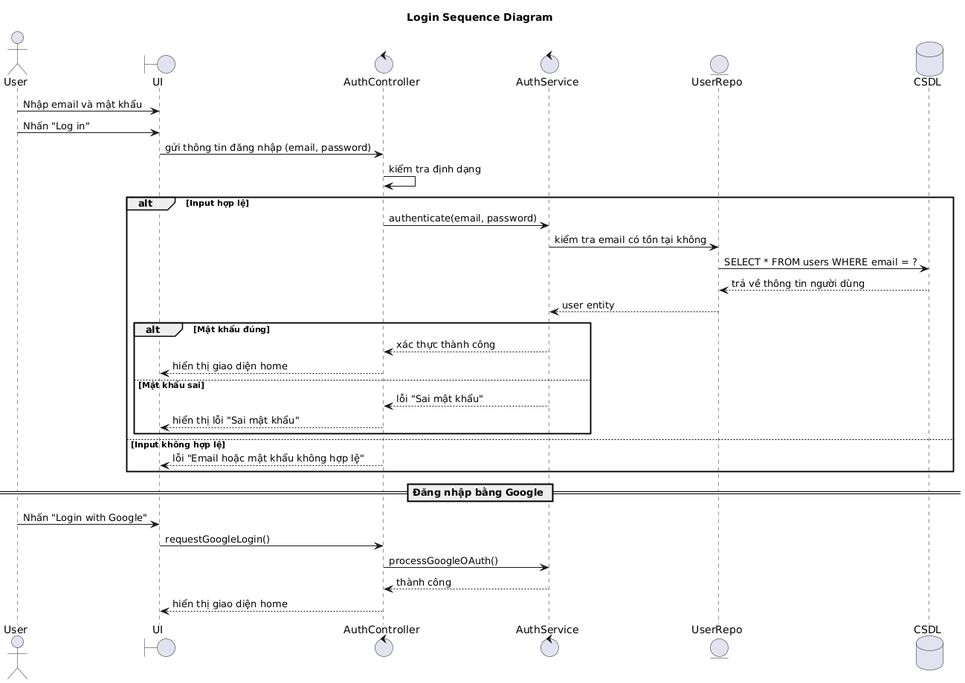
Before: figures/sequence-login.png, a diagram exported from PlantUML (Huy1902/Mobile-report).
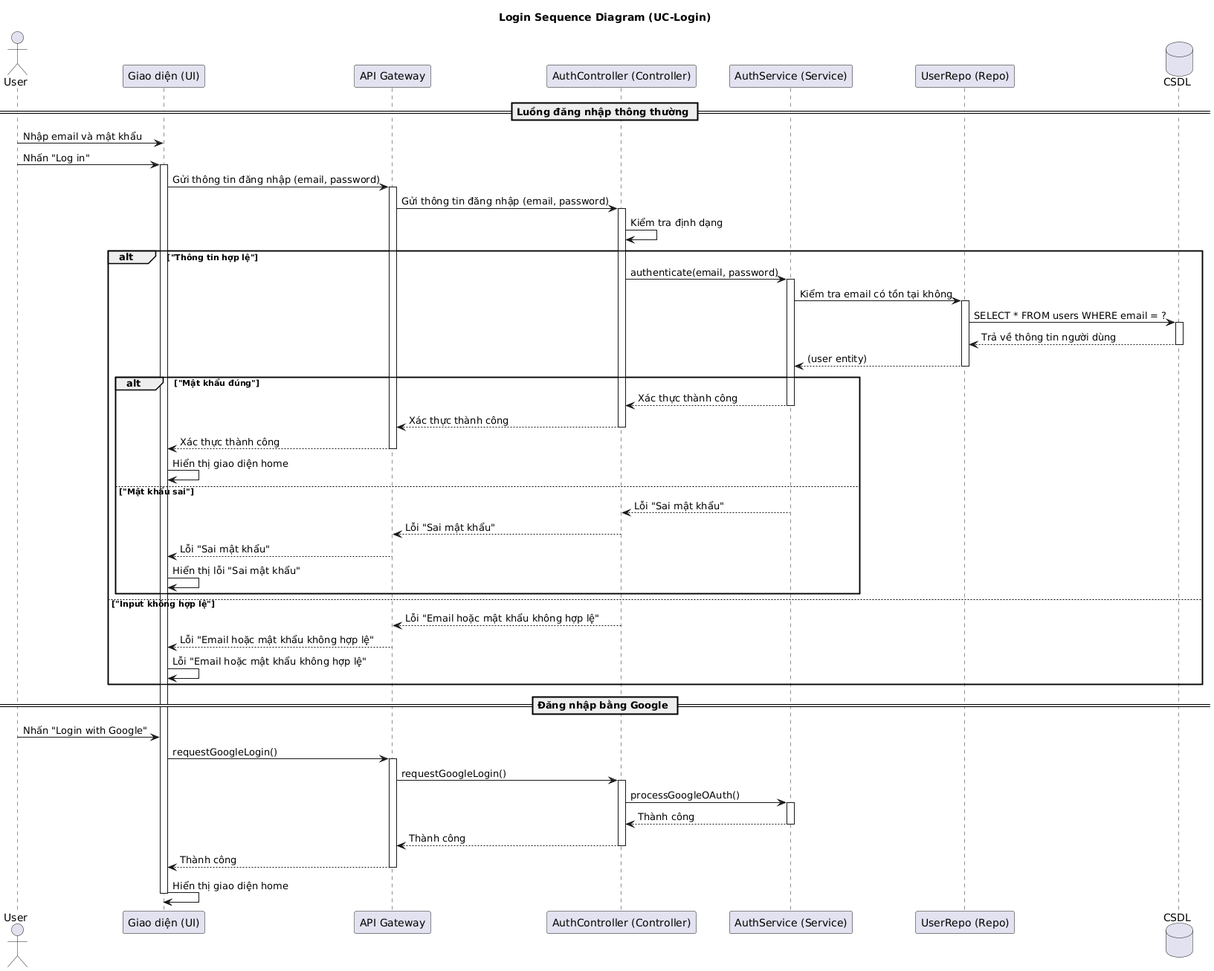
After the commit.

Commit message:
dinhtran: update sequence

What changed in the source:
```diff
@@ -1,41 +1,99 @@
 @startuml
-title Login Sequence Diagram
+title Login Sequence Diagram (UC-Login)
 
 actor User
-boundary UI
-control AuthController
-control AuthService
-entity UserRepo
-database CSDL
+participant "Giao diện (UI)" as UI
+participant "API Gateway" as APIGW
+participant "AuthController (Controller)" as Controller
+participant "AuthService (Service)" as Service
+participant "UserRepo (Repo)" as Repo
+database "CSDL" as DB
 
-User -> UI : Nhập email và mật khẩu
-User -> UI : Nhấn "Log in"
-UI -> AuthController : gửi thông tin đăng nhập (email, password)
-AuthController -> AuthController : kiểm tra định dạng
+== Luồng đăng nhập thông thường ==
+User -> UI: Nhập email và mật khẩu
+User -> UI: Nhấn "Log in"
+activate UI
 
-alt Input hợp lệ
-    AuthController -> AuthService : authenticate(email, password)
-    AuthService -> UserRepo : kiểm tra email có tồn tại không
-    UserRepo -> CSDL : SELECT * FROM users WHERE email = ?
-    CSDL --> UserRepo : trả về thông tin người dùng
-    UserRepo --> AuthService : user entity
+UI -> APIGW: Gửi thông tin đăng nhập (email, password)
+activate APIGW
 
-    alt Mật khẩu đúng
-        AuthService --> AuthController : xác thực thành công
-        AuthController --> UI : hiển thị giao diện home
-    else Mật khẩu sai
-        AuthService --> AuthController : lỗi "Sai mật khẩu"
-        AuthController --> UI : hiển thị lỗi "Sai mật khẩu"
+APIGW -> Controller: Gửi thông tin đăng nhập (email, password)
+activate Controller
+
+Controller -> Controller: Kiểm tra định dạng
+
+alt "Thông tin hợp lệ"
+    Controller -> Service: authenticate(email, password)
+    activate Service
+
+    Service -> Repo: Kiểm tra email có tồn tại không
+    activate Repo
+
+    Repo -> DB: SELECT * FROM users WHERE email = ?
+    activate DB
+    DB --> Repo: Trả về thông tin người dùng
+    deactivate DB
+
+    Repo --> Service: (user entity)
+    deactivate Repo
+
+    alt "Mật khẩu đúng"
+        Service --> Controller: Xác thực thành công
+        deactivate Service
+
+        Controller --> APIGW: Xác thực thành công
+        deactivate Controller
+
+        APIGW --> UI: Xác thực thành công
+        deactivate APIGW
+
+        UI -> UI: Hiển thị giao diện home
+
+    else "Mật khẩu sai"
+        Service --> Controller: Lỗi "Sai mật khẩu"
+        deactivate Service
+
+        Controller --> APIGW: Lỗi "Sai mật khẩu"
+        deactivate Controller
+
+        APIGW --> UI: Lỗi "Sai mật khẩu"
+        deactivate APIGW
+
+        UI -> UI: Hiển thị lỗi "Sai mật khẩu"
     end
 
-else Input không hợp lệ
-    AuthController --> UI : lỗi "Email hoặc mật khẩu không hợp lệ"
+else "Input không hợp lệ"
+    Controller --> APIGW: Lỗi "Email hoặc mật khẩu không hợp lệ"
+    deactivate Controller
+
+    APIGW --> UI: Lỗi "Email hoặc mật khẩu không hợp lệ"
+    deactivate APIGW
+
+    UI -> UI: Lỗi "Email hoặc mật khẩu không hợp lệ"
 end
 
 == Đăng nhập bằng Google ==
-User -> UI : Nhấn "Login with Google"
-UI -> AuthController : requestGoogleLogin()
-AuthController -> AuthService : processGoogleOAuth()
-AuthService --> AuthController : thành công
-AuthController --> UI : hiển thị giao diện home
+User -> UI: Nhấn "Login with Google"
+
+UI -> APIGW: requestGoogleLogin()
+activate APIGW
+
+APIGW -> Controller: requestGoogleLogin()
+activate Controller
+
+Controller -> Service: processGoogleOAuth()
+activate Service
+
+Service --> Controller: Thành công
+deactivate Service
+
+Controller --> APIGW: Thành công
+deactivate Controller
+
+APIGW --> UI: Thành công
+deactivate APIGW
+
+UI -> UI: Hiển thị giao diện home
+
+deactivate UI
 @enduml
```
